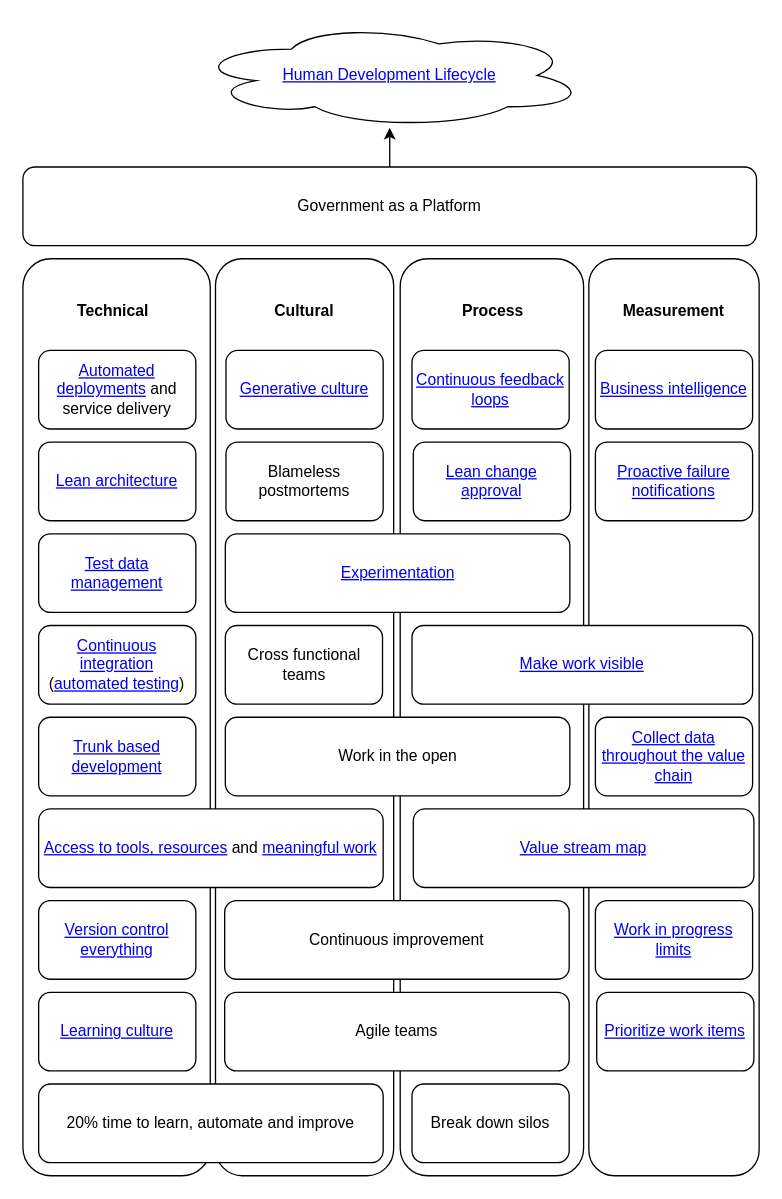
The draw.io diagram drawio/en/StrategySummary.drawio in sara-sabr/ITStrategy, before the edit. Source tidied: cells renumbered, new cells numbered last; positions are measured from the earlier drawing's top-left corner, leaving out a move shared by most shapes. Both pictures are drawn from the tidied source at 131%, with x=0, y=0 at pixel (22, 22).
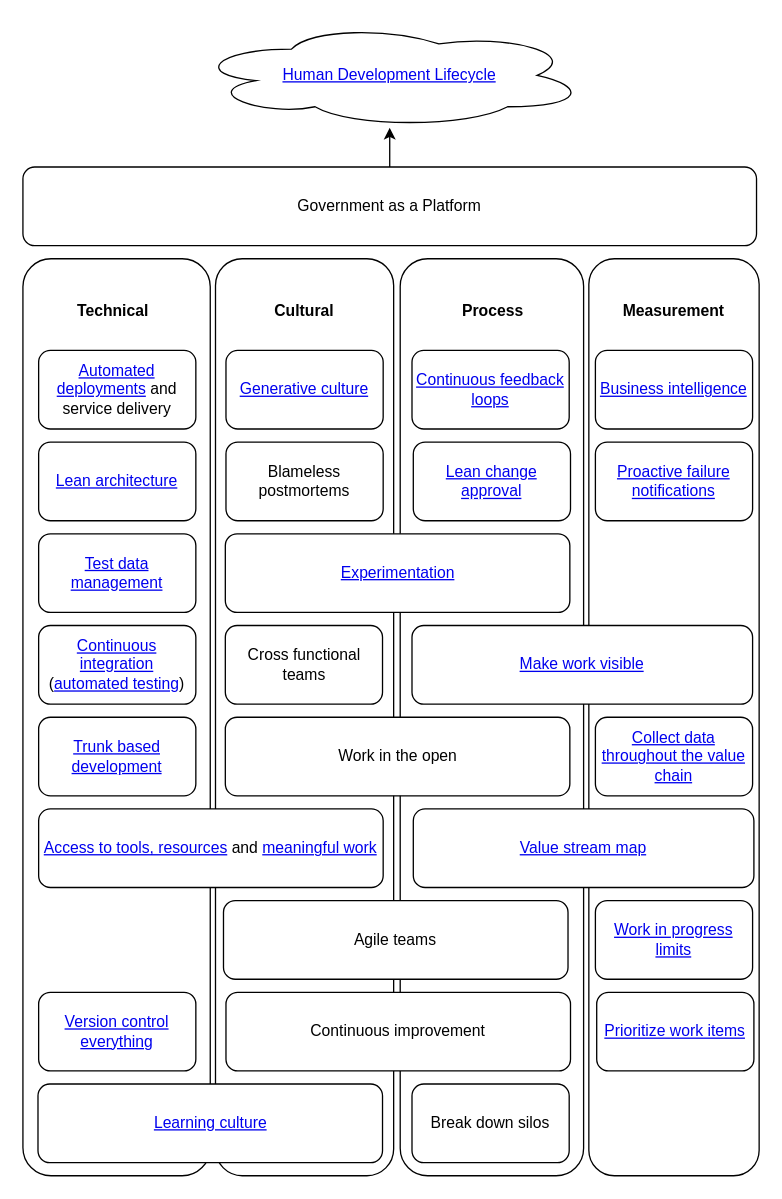
The same diagram, later.

Commit message (it also covers changes not shown here):
Remove 20% box, move learning down/across, reverse agile/improve

Diff of the diagram source:
```diff
@@
-    <mxCell id="6" value="20% time to learn, automate and improve" style="rounded=1;whiteSpace=wrap;html=1;" parent="1" vertex="1">
-      <mxGeometry x="12" y="810" width="263" height="60" as="geometry" />
-    </mxCell>
@@
     <mxCell id="9" value="Agile teams" style="rounded=1;whiteSpace=wrap;html=1;" parent="1" vertex="1">
-      <mxGeometry x="154" y="740" width="263" height="60" as="geometry" />
+      <mxGeometry x="153.1" y="670" width="263" height="60" as="geometry" />
     </mxCell>
@@
     <mxCell id="14" value="Continuous improvement" style="rounded=1;whiteSpace=wrap;html=1;" parent="1" vertex="1">
-      <mxGeometry x="154" y="670" width="263" height="60" as="geometry" />
+      <mxGeometry x="155" y="740" width="263" height="60" as="geometry" />
     </mxCell>
@@
     <mxCell id="19" value="&lt;a href=&quot;https://cloud.google.com/solutions/devops/devops-tech-version-control&quot;&gt;Version control everything&lt;/a&gt;" style="rounded=1;whiteSpace=wrap;html=1;" parent="1" vertex="1">
-      <mxGeometry x="12" y="670" width="120" height="60" as="geometry" />
+      <mxGeometry x="12" y="740" width="120" height="60" as="geometry" />
     </mxCell>
@@
     <mxCell id="35" value="&lt;a href=&quot;https://cloud.google.com/solutions/devops/devops-culture-learning-culture&quot;&gt;Learning culture&lt;/a&gt;" style="rounded=1;whiteSpace=wrap;html=1;" parent="1" vertex="1">
-      <mxGeometry x="12" y="740" width="120" height="60" as="geometry" />
+      <mxGeometry x="11.5" y="810" width="263" height="60" as="geometry" />
     </mxCell>
```
